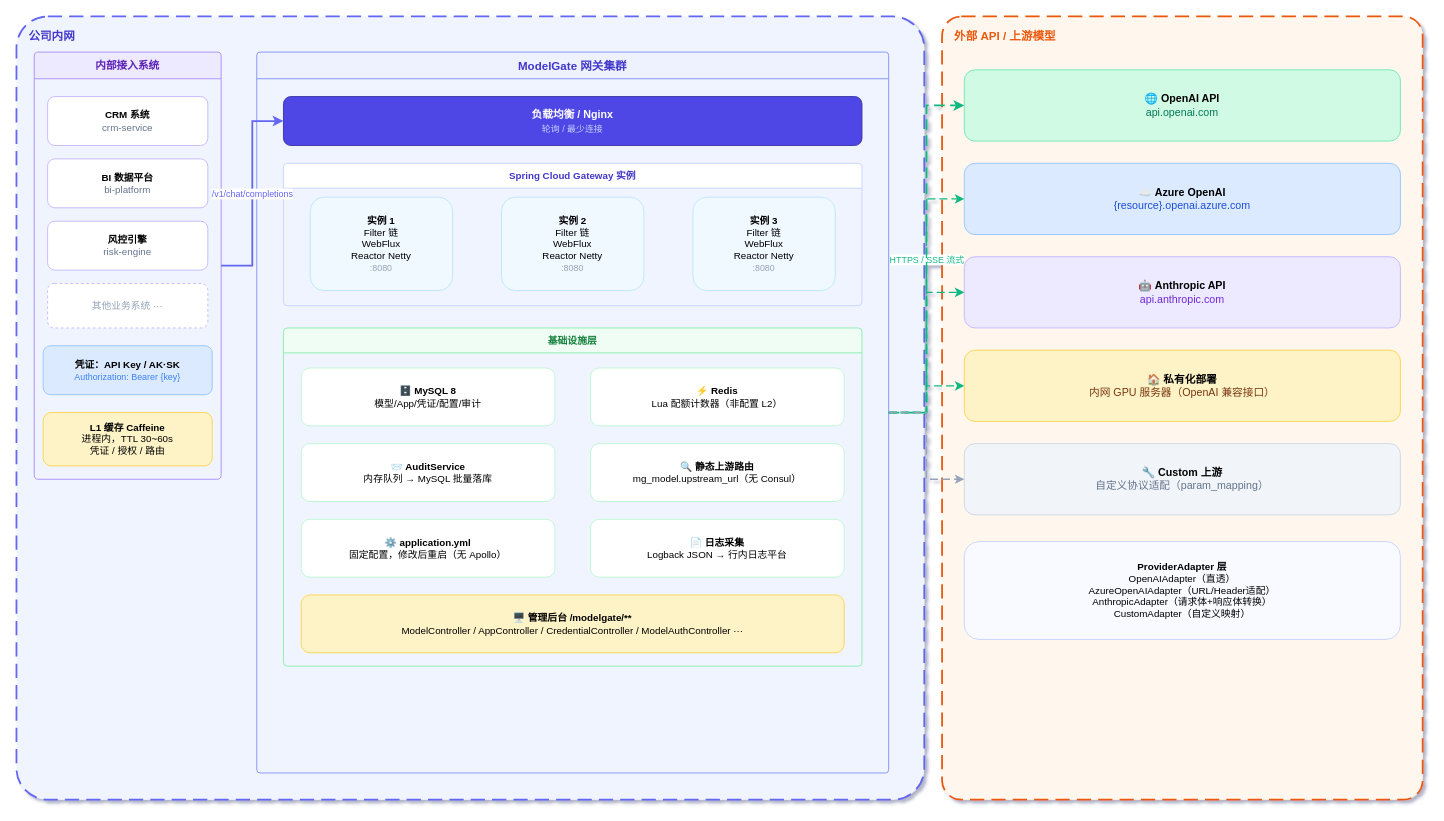
This is page "① 网络架构图" (1 of 2) of spec/modelgate/architecture.drawio from caosen0578/modelgate, a draw.io file, before an edit. Source tidied: cells renumbered, new cells numbered last; positions are measured from the earlier drawing's top-left corner, leaving out a move shared by most shapes. Both pictures are drawn from the tidied source at 89%, with x=0, y=0 at pixel (16, 16).
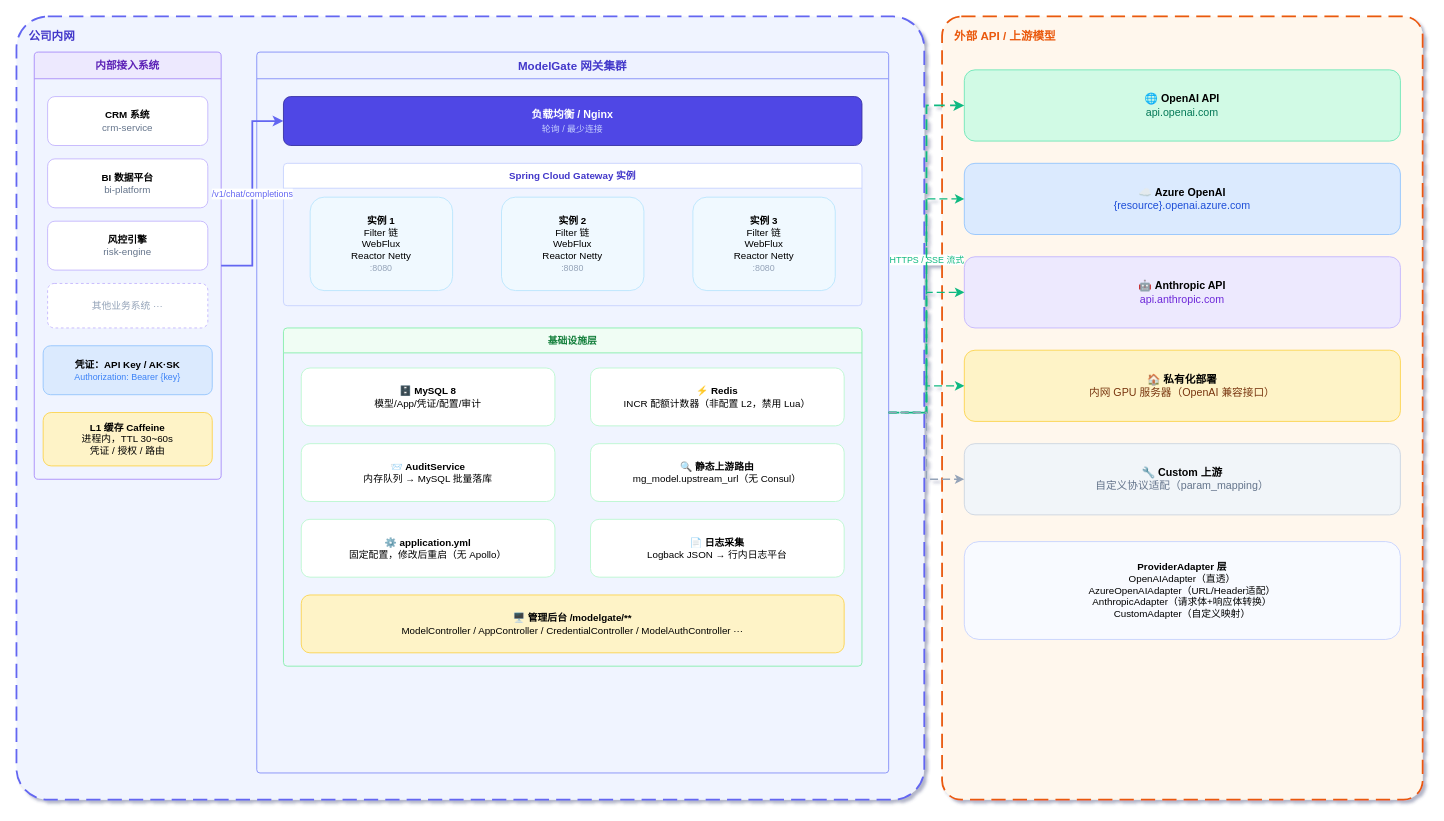
After the change.

Unchanged cells that the change refers to:
```xml
<mxCell id="17" value="基础设施层" style="swimlane;startSize=28;fillColor=#f0fdf4;strokeColor=#86efac;fontColor=#15803d;fontSize=11;fontStyle=1;rounded=1;arcSize=5;" parent="11" vertex="1">
  <mxGeometry x="30" y="310" width="650" height="380" as="geometry" />
</mxCell>
```

The edit, as a diff of the source:
```diff
@@
-    <mxCell id="19" value="⚡ &lt;b&gt;Redis&lt;/b&gt;&lt;br&gt;Lua 配额计数器（非配置 L2）" style="rounded=1;whiteSpace=wrap;html=1;fillColor=#ffffff;strokeColor=#bbf7d0;fontSize=11;" parent="17" vertex="1">
+    <mxCell id="19" value="⚡ &lt;b&gt;Redis&lt;/b&gt;&lt;br&gt;INCR 配额计数器（非配置 L2，禁用 Lua）" style="rounded=1;whiteSpace=wrap;html=1;fillColor=#ffffff;strokeColor=#bbf7d0;fontSize=11;" parent="17" vertex="1">
       <mxGeometry x="345" y="45" width="285" height="65" as="geometry" />
     </mxCell>
```
